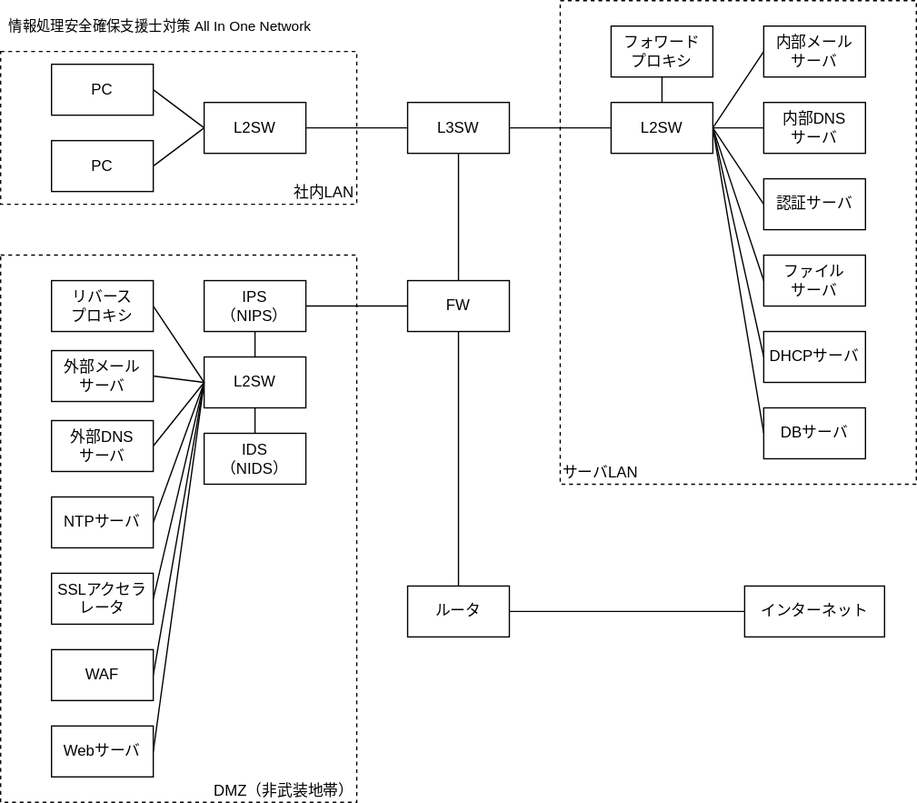
The draw.io diagram security/images/all-in-one.drawio.svg in k-makino-jp/documents, before a commit. Source tidied: cells renumbered, new cells last; positions are measured from the earlier drawing's top-left corner, leaving out a move shared by most shapes.
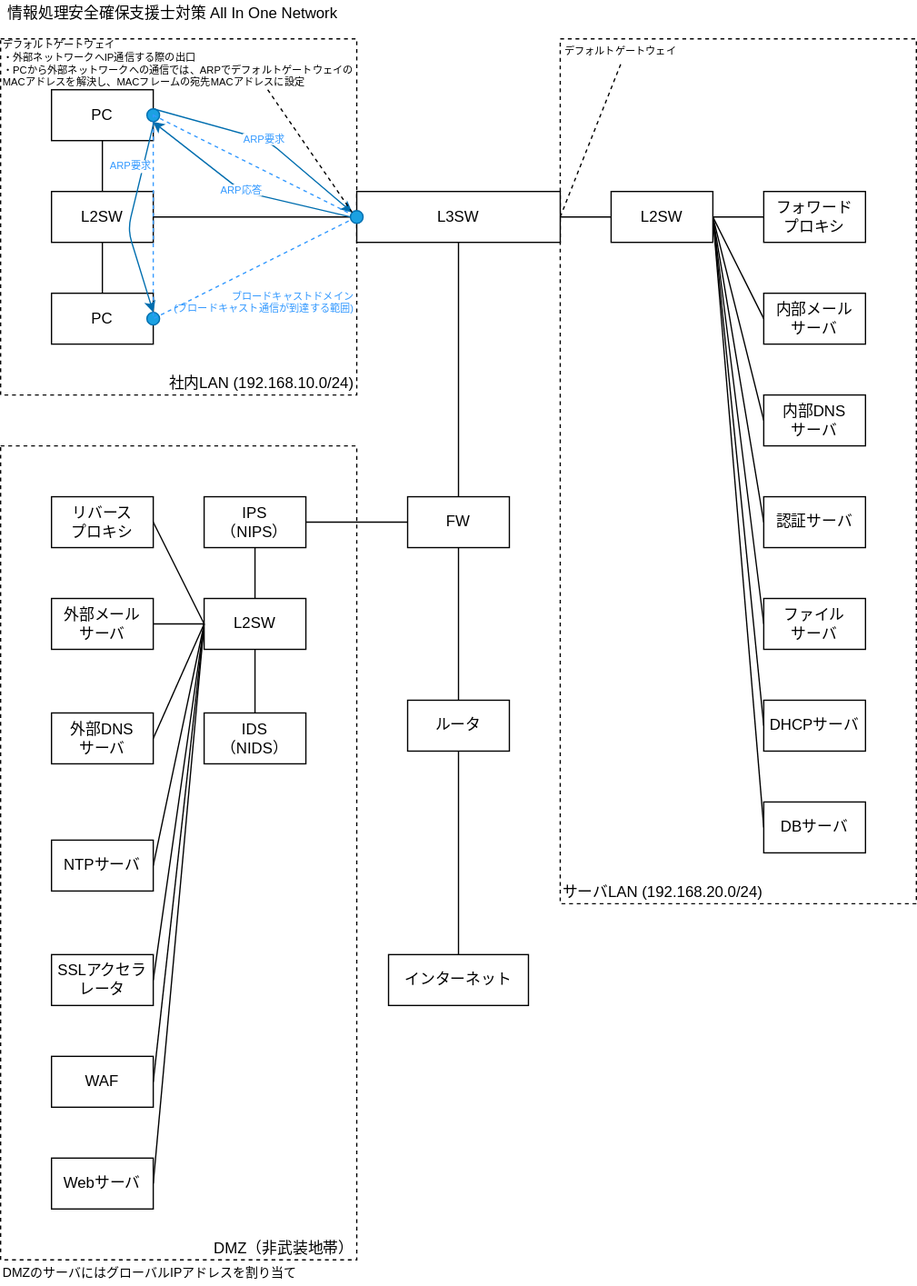
The same file after the commit.

Commit message:
Add ARP Description

The edit, as a diff of the source:
```diff
@@ -1,42 +1,49 @@
-<mxGraphModel background="#ffffff">
+<mxGraphModel>
   <root>
     <mxCell id="0" />
     <mxCell id="1" parent="0" />
     <mxCell id="2" value="DMZ（非武装地帯）" style="rounded=0;whiteSpace=wrap;html=1;align=right;verticalAlign=bottom;dashed=1;" parent="1" vertex="1">
-      <mxGeometry y="200" width="280" height="430" as="geometry" />
+      <mxGeometry y="360" width="280" height="640" as="geometry" />
     </mxCell>
-    <mxCell id="3" value="サーバLAN" style="rounded=0;whiteSpace=wrap;html=1;align=left;verticalAlign=bottom;dashed=1;" parent="1" vertex="1">
-      <mxGeometry x="440" width="280" height="380" as="geometry" />
+    <mxCell id="3" value="サーバLAN&lt;span style=&quot;text-align: right&quot;&gt;&amp;nbsp;(192.168.20.0/24)&lt;/span&gt;" style="rounded=0;whiteSpace=wrap;html=1;align=left;verticalAlign=bottom;dashed=1;" parent="1" vertex="1">
+      <mxGeometry x="440" y="40" width="280" height="680" as="geometry" />
     </mxCell>
-    <mxCell id="4" value="社内LAN" style="rounded=0;whiteSpace=wrap;html=1;align=right;verticalAlign=bottom;dashed=1;" parent="1" vertex="1">
-      <mxGeometry y="40" width="280" height="120" as="geometry" />
+    <mxCell id="4" value="社内LAN (192.168.10.0/24)" style="rounded=0;whiteSpace=wrap;html=1;align=right;verticalAlign=bottom;dashed=1;" parent="1" vertex="1">
+      <mxGeometry y="40" width="280" height="280" as="geometry" />
     </mxCell>
     <mxCell id="5" value="インターネット" style="rounded=0;whiteSpace=wrap;html=1;" parent="1" vertex="1">
-      <mxGeometry x="585" y="460" width="110" height="40" as="geometry" />
+      <mxGeometry x="305" y="760" width="110" height="40" as="geometry" />
     </mxCell>
     <mxCell id="6" style="edgeStyle=none;html=1;exitX=1;exitY=0.5;exitDx=0;exitDy=0;entryX=0;entryY=0.5;entryDx=0;entryDy=0;endArrow=none;endFill=0;" parent="1" edge="1" source="7" target="9">
       <mxGeometry relative="1" as="geometry" />
     </mxCell>
     <mxCell id="7" value="L2SW" style="rounded=0;whiteSpace=wrap;html=1;" parent="1" vertex="1">
-      <mxGeometry x="160" y="80" width="80" height="40" as="geometry" />
+      <mxGeometry x="40" y="160" width="80" height="40" as="geometry" />
     </mxCell>
     <mxCell id="8" style="edgeStyle=none;html=1;exitX=1;exitY=0.5;exitDx=0;exitDy=0;endArrow=none;endFill=0;" parent="1" edge="1" source="9" target="24">
       <mxGeometry relative="1" as="geometry" />
     </mxCell>
     <mxCell id="9" value="L3SW" style="rounded=0;whiteSpace=wrap;html=1;" parent="1" vertex="1">
-      <mxGeometry x="320" y="80" width="80" height="40" as="geometry" />
+      <mxGeometry x="280" y="160" width="160" height="40" as="geometry" />
     </mxCell>
-    <mxCell id="10" style="edgeStyle=none;html=1;exitX=1;exitY=0.5;exitDx=0;exitDy=0;entryX=0;entryY=0.5;entryDx=0;entryDy=0;endArrow=none;endFill=0;" parent="1" edge="1" source="11" target="7">
+    <mxCell id="10" style="edgeStyle=none;html=1;exitX=0.5;exitY=1;exitDx=0;exitDy=0;entryX=0.5;entryY=0;entryDx=0;entryDy=0;fontSize=10;fontColor=#3399FF;endArrow=none;endFill=0;strokeColor=default;" parent="1" edge="1" source="11" target="7">
       <mxGeometry relative="1" as="geometry" />
     </mxCell>
+    <mxCell id="55" value="ARP要求" style="edgeStyle=none;html=1;exitX=0.5;exitY=0;exitDx=0;exitDy=0;entryX=0;entryY=0;entryDx=0;entryDy=0;fontSize=8;fontColor=#3399FF;startArrow=none;startFill=0;endArrow=classic;endFill=1;strokeColor=#006EAF;fillColor=#1ba1e2;" parent="1" edge="1" source="61" target="64">
+      <mxGeometry relative="1" as="geometry">
+        <Array as="points">
+          <mxPoint x="210" y="120" />
+        </Array>
+      </mxGeometry>
+    </mxCell>
     <mxCell id="11" value="PC" style="rounded=0;whiteSpace=wrap;html=1;" parent="1" vertex="1">
-      <mxGeometry x="40" y="50" width="80" height="40" as="geometry" />
+      <mxGeometry x="40" y="80" width="80" height="40" as="geometry" />
     </mxCell>
-    <mxCell id="12" style="edgeStyle=none;html=1;exitX=1;exitY=0.5;exitDx=0;exitDy=0;entryX=0;entryY=0.5;entryDx=0;entryDy=0;endArrow=none;endFill=0;" parent="1" edge="1" source="13" target="5">
+    <mxCell id="12" style="edgeStyle=none;html=1;exitX=0.5;exitY=1;exitDx=0;exitDy=0;entryX=0.5;entryY=0;entryDx=0;entryDy=0;endArrow=none;endFill=0;" parent="1" edge="1" source="13" target="5">
       <mxGeometry relative="1" as="geometry" />
     </mxCell>
     <mxCell id="13" value="ルータ" style="rounded=0;whiteSpace=wrap;html=1;" parent="1" vertex="1">
-      <mxGeometry x="320" y="460" width="80" height="40" as="geometry" />
+      <mxGeometry x="320" y="560" width="80" height="40" as="geometry" />
     </mxCell>
     <mxCell id="14" style="edgeStyle=none;html=1;exitX=0.5;exitY=1;exitDx=0;exitDy=0;entryX=0.5;entryY=0;entryDx=0;entryDy=0;endArrow=none;endFill=0;" parent="1" edge="1" source="16" target="13">
       <mxGeometry relative="1" as="geometry" />
@@ -45,7 +52,7 @@
       <mxGeometry relative="1" as="geometry" />
     </mxCell>
     <mxCell id="16" value="FW" style="rounded=0;whiteSpace=wrap;html=1;" parent="1" vertex="1">
-      <mxGeometry x="320" y="220" width="80" height="40" as="geometry" />
+      <mxGeometry x="320" y="400" width="80" height="40" as="geometry" />
     </mxCell>
     <mxCell id="17" style="edgeStyle=none;html=1;exitX=1;exitY=0.5;exitDx=0;exitDy=0;entryX=0;entryY=0.5;entryDx=0;entryDy=0;endArrow=none;endFill=0;" parent="1" edge="1" source="24" target="26">
       <mxGeometry relative="1" as="geometry" />
@@ -59,7 +66,7 @@
     <mxCell id="20" style="edgeStyle=none;html=1;exitX=1;exitY=0.5;exitDx=0;exitDy=0;entryX=0;entryY=0.5;entryDx=0;entryDy=0;endArrow=none;endFill=0;" parent="1" edge="1" source="24" target="44">
       <mxGeometry relative="1" as="geometry" />
     </mxCell>
-    <mxCell id="21" style="edgeStyle=none;html=1;exitX=0.5;exitY=0;exitDx=0;exitDy=0;entryX=0.5;entryY=1;entryDx=0;entryDy=0;endArrow=none;endFill=0;" parent="1" edge="1" source="24" target="25">
+    <mxCell id="21" style="edgeStyle=none;html=1;exitX=1;exitY=0.5;exitDx=0;exitDy=0;entryX=0;entryY=0.5;entryDx=0;entryDy=0;endArrow=none;endFill=0;" parent="1" edge="1" source="24" target="25">
       <mxGeometry relative="1" as="geometry" />
     </mxCell>
     <mxCell id="22" style="edgeStyle=none;html=1;exitX=1;exitY=0.5;exitDx=0;exitDy=0;entryX=0;entryY=0.5;entryDx=0;entryDy=0;endArrow=none;endFill=0;" parent="1" edge="1" source="24" target="49">
@@ -69,22 +76,22 @@
       <mxGeometry relative="1" as="geometry" />
     </mxCell>
     <mxCell id="24" value="L2SW" style="rounded=0;whiteSpace=wrap;html=1;" parent="1" vertex="1">
-      <mxGeometry x="480" y="80" width="80" height="40" as="geometry" />
+      <mxGeometry x="480" y="160" width="80" height="40" as="geometry" />
     </mxCell>
     <mxCell id="25" value="フォワード&lt;br&gt;プロキシ" style="rounded=0;whiteSpace=wrap;html=1;" parent="1" vertex="1">
-      <mxGeometry x="480" y="20" width="80" height="40" as="geometry" />
+      <mxGeometry x="600" y="160" width="80" height="40" as="geometry" />
     </mxCell>
     <mxCell id="26" value="内部メール&lt;br&gt;サーバ" style="rounded=0;whiteSpace=wrap;html=1;" parent="1" vertex="1">
-      <mxGeometry x="600" y="20" width="80" height="40" as="geometry" />
+      <mxGeometry x="600" y="240" width="80" height="40" as="geometry" />
     </mxCell>
     <mxCell id="27" style="edgeStyle=none;html=1;exitX=1;exitY=0.5;exitDx=0;exitDy=0;entryX=0;entryY=0.5;entryDx=0;entryDy=0;endArrow=none;endFill=0;" parent="1" edge="1" source="28" target="35">
       <mxGeometry relative="1" as="geometry" />
     </mxCell>
     <mxCell id="28" value="外部DNS&lt;br&gt;サーバ" style="rounded=0;whiteSpace=wrap;html=1;" parent="1" vertex="1">
-      <mxGeometry x="40" y="330" width="80" height="40" as="geometry" />
+      <mxGeometry x="40" y="570" width="80" height="40" as="geometry" />
     </mxCell>
     <mxCell id="29" value="リバース&lt;br&gt;プロキシ" style="rounded=0;whiteSpace=wrap;html=1;" parent="1" vertex="1">
-      <mxGeometry x="40" y="220" width="80" height="40" as="geometry" />
+      <mxGeometry x="40" y="400" width="80" height="40" as="geometry" />
     </mxCell>
     <mxCell id="30" style="edgeStyle=none;html=1;exitX=0.5;exitY=1;exitDx=0;exitDy=0;entryX=0.5;entryY=0;entryDx=0;entryDy=0;endArrow=none;endFill=0;" parent="1" edge="1" source="35" target="46">
       <mxGeometry relative="1" as="geometry" />
@@ -102,66 +109,108 @@
       <mxGeometry relative="1" as="geometry" />
     </mxCell>
     <mxCell id="35" value="L2SW" style="rounded=0;whiteSpace=wrap;html=1;" parent="1" vertex="1">
-      <mxGeometry x="160" y="280" width="80" height="40" as="geometry" />
+      <mxGeometry x="160" y="480" width="80" height="40" as="geometry" />
     </mxCell>
-    <mxCell id="36" style="edgeStyle=none;html=1;exitX=1;exitY=0.5;exitDx=0;exitDy=0;entryX=0;entryY=0.5;entryDx=0;entryDy=0;endArrow=none;endFill=0;" parent="1" edge="1" source="37" target="7">
+    <mxCell id="36" style="edgeStyle=none;html=1;exitX=0.5;exitY=0;exitDx=0;exitDy=0;entryX=0.5;entryY=1;entryDx=0;entryDy=0;endArrow=none;endFill=0;" parent="1" edge="1" source="37" target="7">
       <mxGeometry relative="1" as="geometry" />
     </mxCell>
     <mxCell id="37" value="PC" style="rounded=0;whiteSpace=wrap;html=1;" parent="1" vertex="1">
-      <mxGeometry x="40" y="110" width="80" height="40" as="geometry" />
+      <mxGeometry x="40" y="240" width="80" height="40" as="geometry" />
     </mxCell>
     <mxCell id="38" value="認証サーバ" style="rounded=0;whiteSpace=wrap;html=1;" parent="1" vertex="1">
-      <mxGeometry x="600" y="140" width="80" height="40" as="geometry" />
+      <mxGeometry x="600" y="400" width="80" height="40" as="geometry" />
     </mxCell>
-    <mxCell id="39" style="edgeStyle=none;html=1;exitX=1;exitY=0.5;exitDx=0;exitDy=0;endArrow=none;endFill=0;" parent="1" edge="1" source="40">
-      <mxGeometry relative="1" as="geometry">
-        <mxPoint x="160" y="300" as="targetPoint" />
-      </mxGeometry>
+    <mxCell id="39" style="edgeStyle=none;html=1;exitX=1;exitY=0.5;exitDx=0;exitDy=0;endArrow=none;endFill=0;entryX=0;entryY=0.5;entryDx=0;entryDy=0;" parent="1" edge="1" source="40" target="35">
+      <mxGeometry relative="1" as="geometry" />
     </mxCell>
     <mxCell id="40" value="NTPサーバ" style="rounded=0;whiteSpace=wrap;html=1;" parent="1" vertex="1">
-      <mxGeometry x="40" y="390" width="80" height="40" as="geometry" />
+      <mxGeometry x="40" y="670" width="80" height="40" as="geometry" />
     </mxCell>
     <mxCell id="41" style="edgeStyle=none;html=1;exitX=1;exitY=0.5;exitDx=0;exitDy=0;entryX=0;entryY=0.5;entryDx=0;entryDy=0;endArrow=none;endFill=0;" parent="1" edge="1" source="42" target="35">
       <mxGeometry relative="1" as="geometry" />
     </mxCell>
     <mxCell id="42" value="外部メール&lt;br&gt;サーバ" style="rounded=0;whiteSpace=wrap;html=1;" parent="1" vertex="1">
-      <mxGeometry x="40" y="275" width="80" height="40" as="geometry" />
+      <mxGeometry x="40" y="480" width="80" height="40" as="geometry" />
     </mxCell>
     <mxCell id="43" value="DBサーバ" style="rounded=0;whiteSpace=wrap;html=1;" parent="1" vertex="1">
-      <mxGeometry x="600" y="320" width="80" height="40" as="geometry" />
+      <mxGeometry x="600" y="640" width="80" height="40" as="geometry" />
     </mxCell>
     <mxCell id="44" value="ファイル&lt;br&gt;サーバ" style="rounded=0;whiteSpace=wrap;html=1;" parent="1" vertex="1">
-      <mxGeometry x="600" y="200" width="80" height="40" as="geometry" />
+      <mxGeometry x="600" y="480" width="80" height="40" as="geometry" />
     </mxCell>
     <mxCell id="45" value="内部DNS&lt;br&gt;サーバ" style="rounded=0;whiteSpace=wrap;html=1;" parent="1" vertex="1">
-      <mxGeometry x="600" y="80" width="80" height="40" as="geometry" />
+      <mxGeometry x="600" y="320" width="80" height="40" as="geometry" />
     </mxCell>
     <mxCell id="46" value="IDS&lt;br&gt;（NIDS）" style="rounded=0;whiteSpace=wrap;html=1;" parent="1" vertex="1">
-      <mxGeometry x="160" y="340" width="80" height="40" as="geometry" />
+      <mxGeometry x="160" y="570" width="80" height="40" as="geometry" />
     </mxCell>
     <mxCell id="47" style="edgeStyle=none;html=1;exitX=1;exitY=0.5;exitDx=0;exitDy=0;entryX=0;entryY=0.5;entryDx=0;entryDy=0;endArrow=none;endFill=0;" parent="1" edge="1" source="48" target="35">
       <mxGeometry relative="1" as="geometry" />
     </mxCell>
     <mxCell id="48" value="SSLアクセラレータ" style="rounded=0;whiteSpace=wrap;html=1;" parent="1" vertex="1">
-      <mxGeometry x="40" y="450" width="80" height="40" as="geometry" />
+      <mxGeometry x="40" y="760" width="80" height="40" as="geometry" />
     </mxCell>
     <mxCell id="49" value="DHCPサーバ" style="rounded=0;whiteSpace=wrap;html=1;" parent="1" vertex="1">
-      <mxGeometry x="600" y="260" width="80" height="40" as="geometry" />
+      <mxGeometry x="600" y="560" width="80" height="40" as="geometry" />
     </mxCell>
     <mxCell id="50" value="WAF" style="rounded=0;whiteSpace=wrap;html=1;" parent="1" vertex="1">
-      <mxGeometry x="40" y="510" width="80" height="40" as="geometry" />
+      <mxGeometry x="40" y="840" width="80" height="40" as="geometry" />
     </mxCell>
     <mxCell id="51" value="Webサーバ" style="rounded=0;whiteSpace=wrap;html=1;" parent="1" vertex="1">
-      <mxGeometry x="40" y="570" width="80" height="40" as="geometry" />
+      <mxGeometry x="40" y="920" width="80" height="40" as="geometry" />
     </mxCell>
-    <mxCell id="52" value="&lt;font style=&quot;font-size: 11px;&quot;&gt;情報処理安全確保支援士対策 All In One Network&lt;/font&gt;" style="text;html=1;align=center;verticalAlign=middle;strokeColor=none;fillColor=none;fontSize=11;" parent="1" vertex="1">
-      <mxGeometry y="10" width="250" height="20" as="geometry" />
+    <mxCell id="52" value="&lt;font style=&quot;font-size: 12px;&quot;&gt;情報処理安全確保支援士対策 All In One Network&lt;/font&gt;" style="text;html=1;align=center;verticalAlign=middle;strokeColor=none;fillColor=none;fontSize=12;" parent="1" vertex="1">
+      <mxGeometry y="10" width="270" height="20" as="geometry" />
     </mxCell>
     <mxCell id="53" style="edgeStyle=none;html=1;exitX=1;exitY=0.5;exitDx=0;exitDy=0;entryX=0;entryY=0.5;entryDx=0;entryDy=0;fontSize=11;endArrow=none;endFill=0;" parent="1" edge="1" source="54" target="16">
       <mxGeometry relative="1" as="geometry" />
     </mxCell>
     <mxCell id="54" value="IPS&lt;br&gt;（NIPS）" style="rounded=0;whiteSpace=wrap;html=1;" parent="1" vertex="1">
-      <mxGeometry x="160" y="220" width="80" height="40" as="geometry" />
+      <mxGeometry x="160" y="400" width="80" height="40" as="geometry" />
     </mxCell>
+    <mxCell id="56" style="edgeStyle=none;html=1;exitX=0.5;exitY=1;exitDx=0;exitDy=0;fontSize=10;endArrow=none;endFill=0;dashed=1;entryX=0;entryY=0.5;entryDx=0;entryDy=0;startArrow=none;" parent="1" edge="1" source="64" target="9">
+      <mxGeometry relative="1" as="geometry" />
+    </mxCell>
+    <mxCell id="57" value="デフォルトゲートウェイ&lt;br style=&quot;font-size: 8px&quot;&gt;・外部ネットワークへIP通信する際の出口&lt;br&gt;・PCから外部ネットワークへの通信では、ARPでデフォルトゲートウェイの&lt;br&gt;　MACアドレスを解決し、MACフレームの宛先MACアドレスに設定" style="rounded=0;whiteSpace=wrap;html=1;strokeColor=none;fontSize=8;fillColor=none;align=left;" parent="1" vertex="1">
+      <mxGeometry y="40" width="280" height="40" as="geometry" />
+    </mxCell>
+    <mxCell id="58" value="デフォルトゲートウェイ" style="rounded=0;whiteSpace=wrap;html=1;strokeColor=none;fontSize=8;fillColor=none;" parent="1" vertex="1">
+      <mxGeometry x="430" y="40" width="115" height="20" as="geometry" />
+    </mxCell>
+    <mxCell id="59" style="edgeStyle=none;html=1;exitX=0.5;exitY=1;exitDx=0;exitDy=0;fontSize=10;endArrow=none;endFill=0;dashed=1;entryX=1;entryY=0.5;entryDx=0;entryDy=0;" parent="1" edge="1" source="58" target="9">
+      <mxGeometry relative="1" as="geometry" />
+    </mxCell>
+    <mxCell id="60" value="DMZのサーバにはグローバルIPアドレスを割り当て" style="rounded=0;whiteSpace=wrap;html=1;strokeColor=none;fontSize=10;fillColor=none;align=left;" parent="1" vertex="1">
+      <mxGeometry y="1000" width="290" height="20" as="geometry" />
+    </mxCell>
+    <mxCell id="61" style="ellipse;whiteSpace=wrap;html=1;fontSize=10;fontColor=#ffffff;strokeColor=#006EAF;fillColor=#1ba1e2;" parent="1" vertex="1">
+      <mxGeometry x="115" y="95" width="10" height="10" as="geometry" />
+    </mxCell>
+    <mxCell id="62" style="ellipse;whiteSpace=wrap;html=1;fontSize=10;fontColor=#ffffff;strokeColor=#006EAF;fillColor=#1ba1e2;" parent="1" vertex="1">
+      <mxGeometry x="115" y="255" width="10" height="10" as="geometry" />
+    </mxCell>
+    <mxCell id="63" value="ブロードキャストドメイン&lt;br style=&quot;font-size: 8px;&quot;&gt;(ブロードキャスト通信が到達する範囲)" style="triangle;whiteSpace=wrap;html=1;dashed=1;fontSize=8;fontColor=#3399FF;strokeColor=#3399FF;fillColor=none;align=right;verticalAlign=bottom;" parent="1" vertex="1">
+      <mxGeometry x="120" y="100" width="160" height="160" as="geometry" />
+    </mxCell>
+    <mxCell id="64" style="ellipse;whiteSpace=wrap;html=1;fontSize=10;fontColor=#ffffff;strokeColor=#006EAF;fillColor=#1ba1e2;" parent="1" vertex="1">
+      <mxGeometry x="275" y="175" width="10" height="10" as="geometry" />
+    </mxCell>
+    <mxCell id="65" style="edgeStyle=none;html=1;exitX=0.75;exitY=1;exitDx=0;exitDy=0;fontSize=10;endArrow=none;endFill=0;dashed=1;entryX=0;entryY=0;entryDx=0;entryDy=0;" parent="1" edge="1" source="57" target="64">
+      <mxGeometry relative="1" as="geometry" />
+    </mxCell>
+    <mxCell id="66" value="ARP応答" style="edgeStyle=none;html=1;exitX=0;exitY=0.5;exitDx=0;exitDy=0;entryX=-0.002;entryY=0.032;entryDx=0;entryDy=0;fontSize=8;fontColor=#3399FF;startArrow=none;startFill=0;endArrow=classic;endFill=1;strokeColor=#006EAF;fillColor=#1ba1e2;entryPerimeter=0;" parent="1" edge="1" source="64" target="63">
+      <mxGeometry relative="1" as="geometry">
+        <Array as="points">
+          <mxPoint x="190" y="160" />
+        </Array>
+      </mxGeometry>
+    </mxCell>
+    <mxCell id="67" value="ARP要求" style="edgeStyle=none;html=1;exitX=0.5;exitY=0;exitDx=0;exitDy=0;entryX=0.004;entryY=0.031;entryDx=0;entryDy=0;fontSize=8;fontColor=#3399FF;endArrow=none;endFill=0;strokeColor=#006EAF;fillColor=#1ba1e2;verticalAlign=bottom;spacingBottom=32;startArrow=classic;startFill=1;entryPerimeter=0;" parent="1" edge="1" source="62" target="63">
+      <mxGeometry relative="1" as="geometry">
+        <Array as="points">
+          <mxPoint x="100" y="190" />
+        </Array>
+      </mxGeometry>
+    </mxCell>
   </root>
 </mxGraphModel>
```
